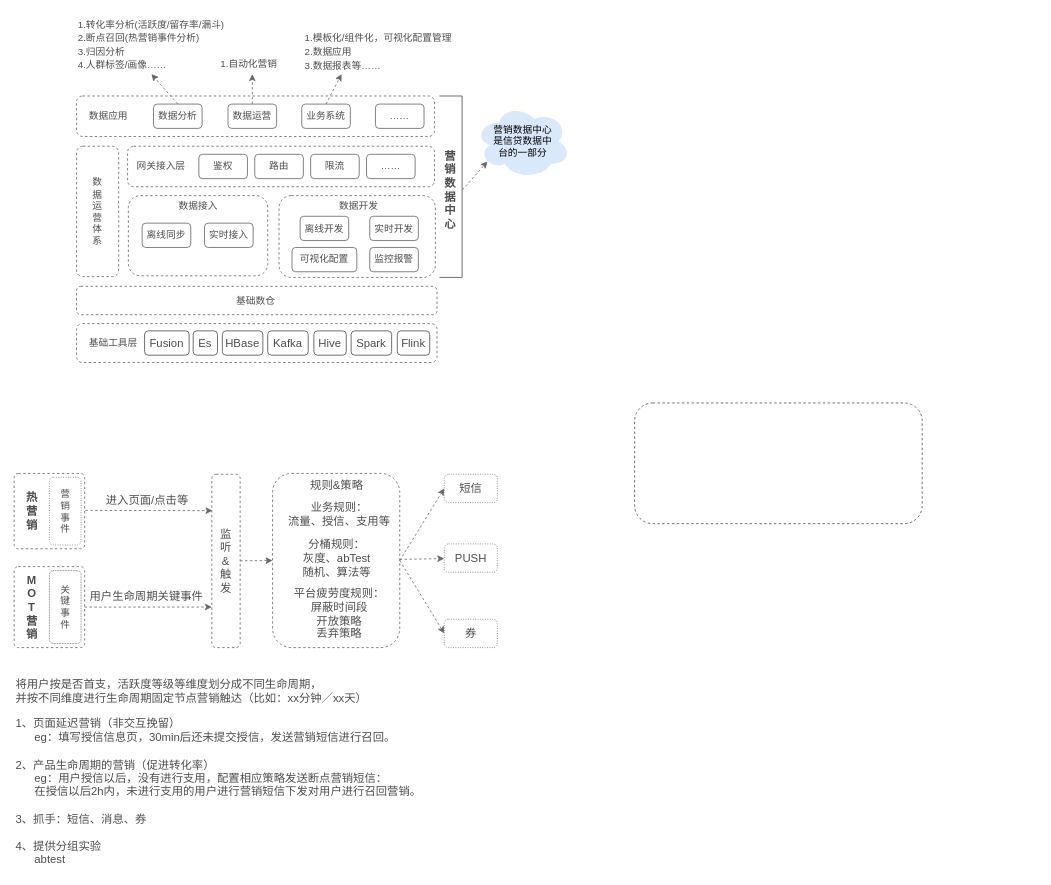
This is page "营销数据中心" (6 of 6) of new.drawio from githubzhouwen/hello-world, a draw.io file, before an edit. Source tidied: cells renumbered, new cells numbered last; positions are measured from the earlier drawing's top-left corner, leaving out a move shared by most shapes. Both pictures are drawn from the tidied source at 81%, with x=0, y=0 at pixel (14, 14).
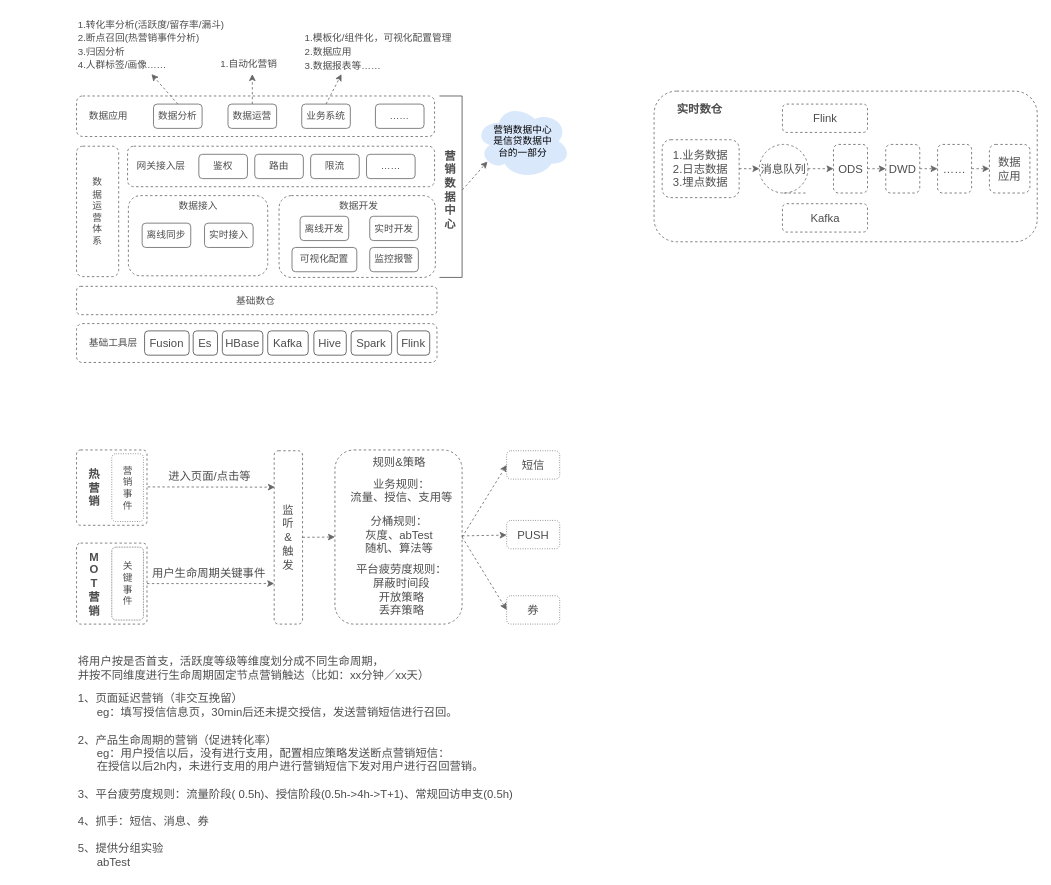
The same page after the edit.

The edit, as a diff of the source:
```diff
@@
-    <mxCell id="43" style="whiteSpace=wrap;html=1;rounded=1;fontSize=14;fontColor=#4D4D4D;strokeColor=#4D4D4D;strokeWidth=1;align=center;dashed=1;" parent="1" vertex="1">
-      <mxGeometry x="766" y="480" width="355" height="149" as="geometry" />
+    <mxCell id="43" style="whiteSpace=wrap;html=1;rounded=1;fontSize=14;fontColor=#4D4D4D;strokeWidth=1;align=center;dashed=1;strokeColor=#666666;" parent="1" vertex="1">
+      <mxGeometry x="790" y="95" width="473" height="186" as="geometry" />
     </mxCell>
@@
     <mxCell id="52" value="监&lt;br&gt;听&lt;br&gt;&amp;amp;&lt;br&gt;触&lt;br&gt;发" style="whiteSpace=wrap;html=1;rounded=1;dashed=1;fontSize=14;align=center;strokeWidth=1;fillColor=none;strokeColor=#666666;fontColor=#4D4D4D;" parent="1" vertex="1">
-      <mxGeometry x="244" y="568" width="35" height="214" as="geometry" />
+      <mxGeometry x="321" y="539" width="35" height="214" as="geometry" />
     </mxCell>
     <mxCell id="53" value="&lt;span style=&quot;font-family: &amp;quot;arial&amp;quot; , sans-serif ; background-color: rgb(255 , 255 , 255)&quot;&gt;将用户按是否首支，活跃度等级等维度划分成不同生命周期，&lt;br&gt;并按不同维度进行生命周期固定节点营销触达（比如：xx分钟／xx天）&lt;/span&gt;" style="text;html=1;align=left;verticalAlign=middle;strokeColor=none;fontSize=14;fontColor=#4D4D4D;" parent="1" vertex="1">
-      <mxGeometry y="817" width="444" height="38" as="geometry" />
+      <mxGeometry x="77" y="788" width="444" height="38" as="geometry" />
     </mxCell>
@@
     <mxCell id="56" style="whiteSpace=wrap;html=1;rounded=1;shadow=0;dashed=1;sketch=0;fontSize=14;strokeColor=#666666;strokeWidth=1;fillColor=none;align=left;fontColor=#4D4D4D;" parent="1" vertex="1">
-      <mxGeometry x="319" y="567" width="157" height="215" as="geometry" />
+      <mxGeometry x="396" y="538" width="157" height="215" as="geometry" />
     </mxCell>
     <mxCell id="57" value="规则&amp;amp;策略" style="text;html=1;align=center;verticalAlign=middle;strokeColor=none;fontSize=14;fontColor=#4D4D4D;" parent="1" vertex="1">
-      <mxGeometry x="360.5" y="571" width="75" height="21" as="geometry" />
+      <mxGeometry x="437.5" y="542" width="75" height="21" as="geometry" />
     </mxCell>
     <mxCell id="58" value="业务规则：&lt;br&gt;流量、授信、支用等" style="text;html=1;align=center;verticalAlign=middle;strokeColor=none;fontSize=14;fontColor=#4D4D4D;" parent="1" vertex="1">
-      <mxGeometry x="333" y="598" width="136" height="38" as="geometry" />
+      <mxGeometry x="410" y="569" width="136" height="38" as="geometry" />
     </mxCell>
     <mxCell id="59" value="分桶规则：&lt;br&gt;灰度、abTest&lt;br&gt;随机、算法等" style="text;html=1;align=center;verticalAlign=middle;strokeColor=none;fontSize=14;fontColor=#4D4D4D;" parent="1" vertex="1">
-      <mxGeometry x="350.5" y="644" width="94" height="55" as="geometry" />
+      <mxGeometry x="427.5" y="615" width="94" height="55" as="geometry" />
     </mxCell>
     <mxCell id="60" style="rounded=1;absoluteArcSize=1;html=1;arcSize=10;shadow=0;dashed=1;sketch=0;fontSize=14;strokeColor=#666666;strokeWidth=1;fillColor=none;align=left;fontColor=#4D4D4D;" parent="1" vertex="1">
-      <mxGeometry y="567" width="87" height="93" as="geometry" />
+      <mxGeometry x="77" y="538" width="87" height="93" as="geometry" />
     </mxCell>
@@
     <mxCell id="63" style="rounded=1;absoluteArcSize=1;html=1;arcSize=10;shadow=0;dashed=1;sketch=0;fontSize=14;strokeColor=#666666;strokeWidth=1;fillColor=none;align=left;fontColor=#4D4D4D;" parent="1" vertex="1">
-      <mxGeometry y="682" width="87" height="100" as="geometry" />
+      <mxGeometry x="77" y="653" width="87" height="100" as="geometry" />
     </mxCell>
@@
-    <mxCell id="67" value="&lt;span&gt;1、页面延迟营销（非交互挽留）&lt;/span&gt;&lt;br style=&quot;padding: 0px ; margin: 0px&quot;&gt;&lt;span&gt;&amp;nbsp; &amp;nbsp; &amp;nbsp; eg：填写授信信息页，30min后还未提交授信，发送营销短信进行召回。&lt;br&gt;&lt;/span&gt;&lt;br style=&quot;padding: 0px ; margin: 0px&quot;&gt;&lt;span&gt;2、产品生命周期的营销（促进转化率）&lt;/span&gt;&lt;br style=&quot;padding: 0px ; margin: 0px&quot;&gt;&lt;span&gt;&amp;nbsp; &amp;nbsp; &amp;nbsp; eg：用户授信以后，没有进行支用，配置相应策略发送断点营销短信：&lt;br&gt;&amp;nbsp; &amp;nbsp; &amp;nbsp; 在授信以后2h内，未进行支用的用户进行营销短信下发对用户进行召回营销。&lt;/span&gt;&lt;br style=&quot;padding: 0px ; margin: 0px&quot;&gt;&lt;br style=&quot;padding: 0px ; margin: 0px&quot;&gt;&lt;span&gt;3、抓手：短信、消息、券&lt;/span&gt;&lt;br style=&quot;padding: 0px ; margin: 0px&quot;&gt;&lt;br style=&quot;padding: 0px ; margin: 0px&quot;&gt;&lt;span&gt;4、提供分组实验&lt;/span&gt;&lt;br style=&quot;padding: 0px ; margin: 0px&quot;&gt;&lt;span&gt;&amp;nbsp; &amp;nbsp; &amp;nbsp; abtest&lt;/span&gt;" style="text;html=1;align=left;verticalAlign=middle;strokeColor=none;fontSize=14;fontColor=#4D4D4D;" parent="1" vertex="1">
-      <mxGeometry y="864" width="511" height="191" as="geometry" />
+    <mxCell id="67" value="&lt;span&gt;1、页面延迟营销（非交互挽留）&lt;/span&gt;&lt;br style=&quot;padding: 0px ; margin: 0px&quot;&gt;&lt;span&gt;&amp;nbsp; &amp;nbsp; &amp;nbsp; eg：填写授信信息页，30min后还未提交授信，发送营销短信进行召回。&lt;br&gt;&lt;/span&gt;&lt;br style=&quot;padding: 0px ; margin: 0px&quot;&gt;&lt;span&gt;2、产品生命周期的营销（促进转化率）&lt;/span&gt;&lt;br style=&quot;padding: 0px ; margin: 0px&quot;&gt;&lt;span&gt;&amp;nbsp; &amp;nbsp; &amp;nbsp; eg：用户授信以后，没有进行支用，配置相应策略发送断点营销短信：&lt;br&gt;&amp;nbsp; &amp;nbsp; &amp;nbsp; 在授信以后2h内，未进行支用的用户进行营销短信下发对用户进行召回营销。&lt;br&gt;&lt;/span&gt;&lt;br&gt;3、平台疲劳度规则：&lt;span style=&quot;font-family: &amp;#34;arial&amp;#34; , sans-serif ; background-color: rgb(255 , 255 , 255)&quot;&gt;流量阶段(&lt;/span&gt;&lt;span style=&quot;font-family: &amp;#34;arial&amp;#34; , sans-serif ; background-color: rgb(255 , 255 , 255)&quot;&gt;&amp;nbsp;0.5h&lt;/span&gt;&lt;span style=&quot;font-family: &amp;#34;arial&amp;#34; , sans-serif ; background-color: rgb(255 , 255 , 255)&quot;&gt;)、&lt;/span&gt;&lt;span style=&quot;font-family: &amp;#34;arial&amp;#34; , sans-serif ; background-color: rgb(255 , 255 , 255)&quot;&gt;授信阶段(0.5h-&amp;gt;4h-&amp;gt;T+1)、&lt;/span&gt;&lt;span style=&quot;font-family: &amp;#34;arial&amp;#34; , sans-serif ; background-color: rgb(255 , 255 , 255)&quot;&gt;常规回访申支(0.5h)&lt;/span&gt;&lt;br style=&quot;padding: 0px ; margin: 0px&quot;&gt;&lt;br style=&quot;padding: 0px ; margin: 0px&quot;&gt;&lt;span&gt;4、抓手：短信、消息、券&lt;/span&gt;&lt;br style=&quot;padding: 0px ; margin: 0px&quot;&gt;&lt;br style=&quot;padding: 0px ; margin: 0px&quot;&gt;&lt;span&gt;5、提供分组实验&lt;/span&gt;&lt;br style=&quot;padding: 0px ; margin: 0px&quot;&gt;&lt;span&gt;&amp;nbsp; &amp;nbsp; &amp;nbsp; abTest&lt;/span&gt;" style="text;html=1;align=left;verticalAlign=middle;strokeColor=none;fontSize=14;fontColor=#4D4D4D;" parent="1" vertex="1">
+      <mxGeometry x="77" y="833" width="547" height="225" as="geometry" />
     </mxCell>
     <mxCell id="68" value="&lt;span style=&quot;&quot;&gt;短信&lt;/span&gt;" style="whiteSpace=wrap;html=1;rounded=1;shadow=0;dashed=1;dashPattern=1 2;sketch=0;fontSize=14;strokeColor=#666666;strokeWidth=1;fillColor=none;align=center;fontColor=#4D4D4D;" parent="1" vertex="1">
-      <mxGeometry x="531" y="568" width="65.5" height="35" as="geometry" />
+      <mxGeometry x="608" y="539" width="65.5" height="35" as="geometry" />
     </mxCell>
     <mxCell id="69" value="&lt;span&gt;PUSH&lt;/span&gt;" style="whiteSpace=wrap;html=1;rounded=1;shadow=0;dashed=1;dashPattern=1 2;sketch=0;fontSize=14;strokeColor=#666666;strokeWidth=1;fillColor=none;align=center;fontColor=#4D4D4D;" parent="1" vertex="1">
-      <mxGeometry x="531" y="654" width="65.5" height="35" as="geometry" />
+      <mxGeometry x="608" y="625" width="65.5" height="35" as="geometry" />
     </mxCell>
     <mxCell id="70" value="&lt;span&gt;券&lt;/span&gt;" style="whiteSpace=wrap;html=1;rounded=1;shadow=0;dashed=1;dashPattern=1 2;sketch=0;fontSize=14;strokeColor=#666666;strokeWidth=1;fillColor=none;align=center;fontColor=#4D4D4D;" parent="1" vertex="1">
-      <mxGeometry x="531" y="747" width="65.5" height="35" as="geometry" />
+      <mxGeometry x="608" y="718" width="65.5" height="35" as="geometry" />
     </mxCell>
     <mxCell id="71" value="平台疲劳度规则：&lt;br&gt;&lt;span style=&quot;font-family: &amp;quot;arial&amp;quot; , sans-serif ; text-align: left ; background-color: rgb(255 , 255 , 255)&quot;&gt;屏蔽时间段&lt;br&gt;&lt;/span&gt;&lt;span style=&quot;font-family: &amp;quot;arial&amp;quot; , sans-serif ; text-align: left ; background-color: rgb(255 , 255 , 255)&quot;&gt;开放策略&lt;br&gt;&lt;/span&gt;&lt;span style=&quot;font-family: &amp;quot;arial&amp;quot; , sans-serif ; text-align: left ; background-color: rgb(255 , 255 , 255)&quot;&gt;丢弃策略&lt;br&gt;&lt;/span&gt;" style="text;html=1;align=center;verticalAlign=middle;strokeColor=none;fontSize=14;fontColor=#4D4D4D;" parent="1" vertex="1">
-      <mxGeometry x="340" y="704" width="122" height="72" as="geometry" />
+      <mxGeometry x="417" y="675" width="122" height="72" as="geometry" />
     </mxCell>
+    <mxCell id="72" value="实时数仓" style="text;html=1;align=center;verticalAlign=middle;fontSize=14;fontColor=#4D4D4D;fontStyle=1;" parent="1" vertex="1">
+      <mxGeometry x="812.5" y="107" width="66" height="21" as="geometry" />
+    </mxCell>
+    <mxCell id="73" style="edgeStyle=none;rounded=0;jettySize=auto;html=1;dashed=1;fontSize=14;fontColor=#4D4D4D;endArrow=classic;endFill=1;strokeColor=#666666;" parent="1" edge="1" source="74" target="77">
+      <mxGeometry relative="1" as="geometry" />
+    </mxCell>
+    <mxCell id="74" value="1.业务数据&lt;br&gt;2.日志数据&lt;br&gt;3.埋点数据" style="whiteSpace=wrap;html=1;rounded=1;shadow=0;dashed=1;sketch=0;fontSize=14;fontColor=#4D4D4D;strokeWidth=1;fillColor=none;align=center;strokeColor=#666666;" parent="1" vertex="1">
+      <mxGeometry x="800" y="155" width="95" height="71.5" as="geometry" />
+    </mxCell>
+    <mxCell id="75" value="Flink" style="whiteSpace=wrap;html=1;rounded=1;shadow=0;dashed=1;sketch=0;fontSize=14;fontColor=#4D4D4D;strokeWidth=1;fillColor=none;align=center;strokeColor=#666666;" parent="1" vertex="1">
+      <mxGeometry x="948.5" y="111" width="105" height="35" as="geometry" />
+    </mxCell>
+    <mxCell id="76" style="edgeStyle=none;rounded=0;jettySize=auto;html=1;dashed=1;fontSize=14;fontColor=#4D4D4D;endArrow=classic;endFill=1;entryX=0;entryY=0.5;entryDx=0;entryDy=0;strokeColor=#666666;" parent="1" edge="1" source="77" target="79">
+      <mxGeometry relative="1" as="geometry" />
+    </mxCell>
+    <mxCell id="77" value="消息队列" style="strokeWidth=1;html=1;shape=mxgraph.flowchart.sequential_data;whiteSpace=wrap;rounded=1;shadow=0;dashed=1;sketch=0;fontSize=14;fontColor=#4D4D4D;fillColor=none;align=center;strokeColor=#666666;" parent="1" vertex="1">
+      <mxGeometry x="920" y="160.8" width="60" height="60" as="geometry" />
+    </mxCell>
+    <mxCell id="78" style="edgeStyle=none;rounded=0;jettySize=auto;html=1;dashed=1;fontSize=14;fontColor=#4D4D4D;endArrow=classic;endFill=1;entryX=0;entryY=0.5;entryDx=0;entryDy=0;strokeColor=#666666;" parent="1" edge="1" source="79" target="81">
+      <mxGeometry relative="1" as="geometry" />
+    </mxCell>
+    <mxCell id="79" value="ODS" style="whiteSpace=wrap;html=1;rounded=1;shadow=0;dashed=1;sketch=0;fontSize=14;fontColor=#4D4D4D;strokeWidth=1;fillColor=none;align=center;strokeColor=#666666;" parent="1" vertex="1">
+      <mxGeometry x="1011.5" y="160.8" width="42" height="60" as="geometry" />
+    </mxCell>
+    <mxCell id="80" style="edgeStyle=none;rounded=0;jettySize=auto;html=1;dashed=1;fontSize=14;fontColor=#4D4D4D;endArrow=classic;endFill=1;entryX=0;entryY=0.5;entryDx=0;entryDy=0;strokeColor=#666666;" parent="1" edge="1" source="81" target="83">
+      <mxGeometry relative="1" as="geometry" />
+    </mxCell>
+    <mxCell id="81" value="DWD" style="whiteSpace=wrap;html=1;rounded=1;shadow=0;dashed=1;sketch=0;fontSize=14;fontColor=#4D4D4D;strokeWidth=1;fillColor=none;align=center;strokeColor=#666666;" parent="1" vertex="1">
+      <mxGeometry x="1076" y="160.8" width="42" height="60" as="geometry" />
+    </mxCell>
+    <mxCell id="82" style="edgeStyle=none;rounded=0;jettySize=auto;html=1;dashed=1;fontSize=14;fontColor=#4D4D4D;endArrow=classic;endFill=1;strokeColor=#666666;" parent="1" edge="1" source="83" target="85">
+      <mxGeometry relative="1" as="geometry" />
+    </mxCell>
+    <mxCell id="83" value="……" style="whiteSpace=wrap;html=1;rounded=1;shadow=0;dashed=1;sketch=0;fontSize=14;fontColor=#4D4D4D;strokeWidth=1;fillColor=none;align=center;strokeColor=#666666;" parent="1" vertex="1">
+      <mxGeometry x="1140" y="160.8" width="42" height="60" as="geometry" />
+    </mxCell>
+    <mxCell id="84" value="Kafka" style="whiteSpace=wrap;html=1;rounded=1;shadow=0;dashed=1;sketch=0;fontSize=14;fontColor=#4D4D4D;strokeWidth=1;fillColor=none;align=center;strokeColor=#666666;" parent="1" vertex="1">
+      <mxGeometry x="948.5" y="234" width="105" height="35" as="geometry" />
+    </mxCell>
+    <mxCell id="85" value="数据&lt;br&gt;应用" style="whiteSpace=wrap;html=1;rounded=1;shadow=0;dashed=1;sketch=0;fontSize=14;fontColor=#4D4D4D;strokeWidth=1;fillColor=none;align=center;strokeColor=#666666;" parent="1" vertex="1">
+      <mxGeometry x="1204" y="160.8" width="50" height="60" as="geometry" />
+    </mxCell>
```
